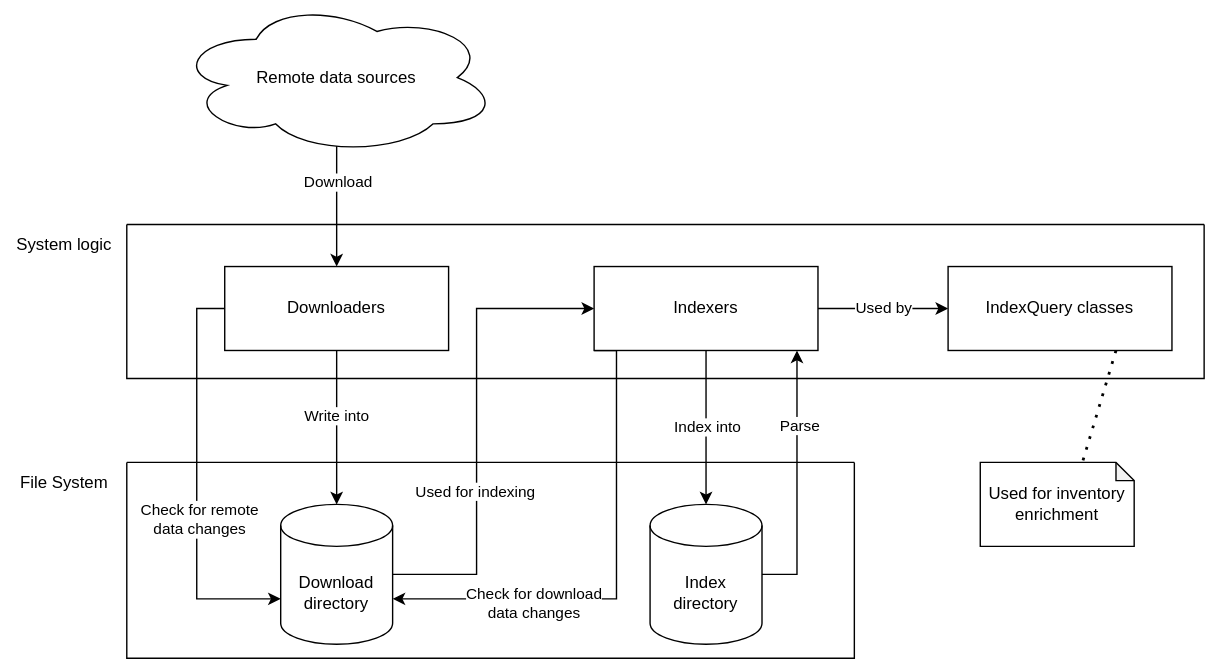
Above: doc/inventory-enrichment/mirror/mirror-documentation-overview.svg in org-metaeffekt/metaeffekt-documentation-template (draw.io), before the change. Source tidied: cells renumbered, new cells last; positions are measured from the earlier drawing's top-left corner, leaving out a move shared by most shapes.
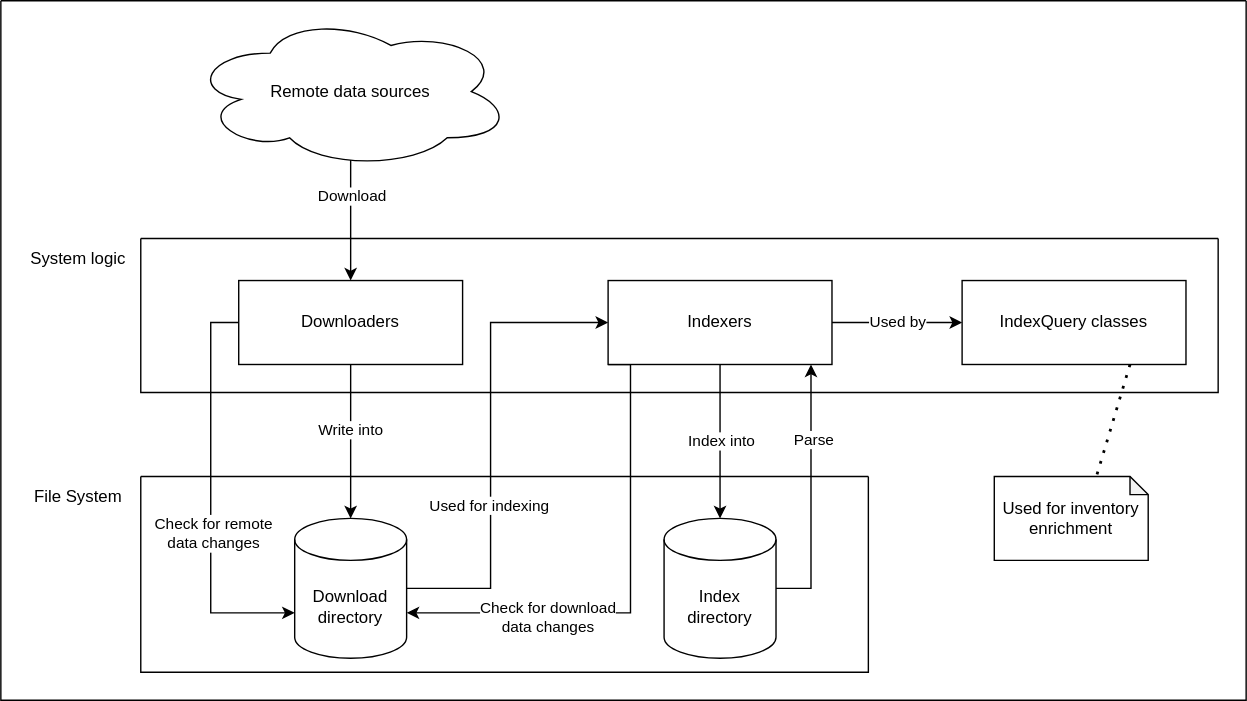
Later version of the same file.

Diff of the diagram source:
```diff
@@ -2,6 +2,9 @@
   <root>
     <mxCell id="0" />
     <mxCell id="1" parent="0" />
+    <mxCell id="29" style="swimlane;startSize=0;" parent="1" vertex="1">
+      <mxGeometry x="-10" y="-10" width="890" height="500" as="geometry" />
+    </mxCell>
     <mxCell id="2" style="edgeStyle=orthogonalEdgeStyle;rounded=0;jettySize=auto;html=1;entryX=0.5;entryY=0;entryDx=0;entryDy=0;entryPerimeter=0;" parent="1" edge="1" source="6" target="9">
       <mxGeometry relative="1" as="geometry" />
     </mxCell>
```
